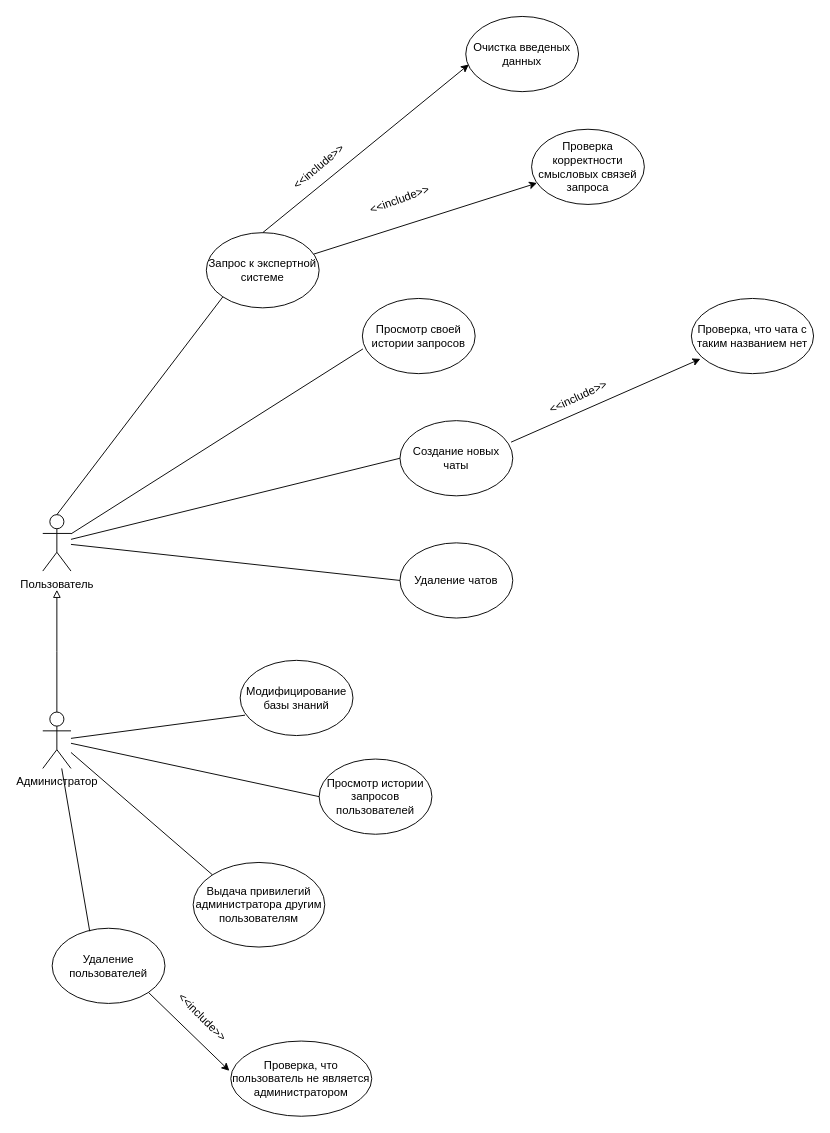
517ANT39/expert-system-for-diagnosing-ophthalmological-diseases keeps this draw.io diagram as abstract/diagrams/usecase.drawio. Above is the earlier version. Source tidied: cells renumbered, new cells numbered last; positions are measured from the earlier drawing's top-left corner, leaving out a move shared by most shapes. Both pictures are drawn from the tidied source at 94%, with x=0, y=0 at pixel (42, 16).
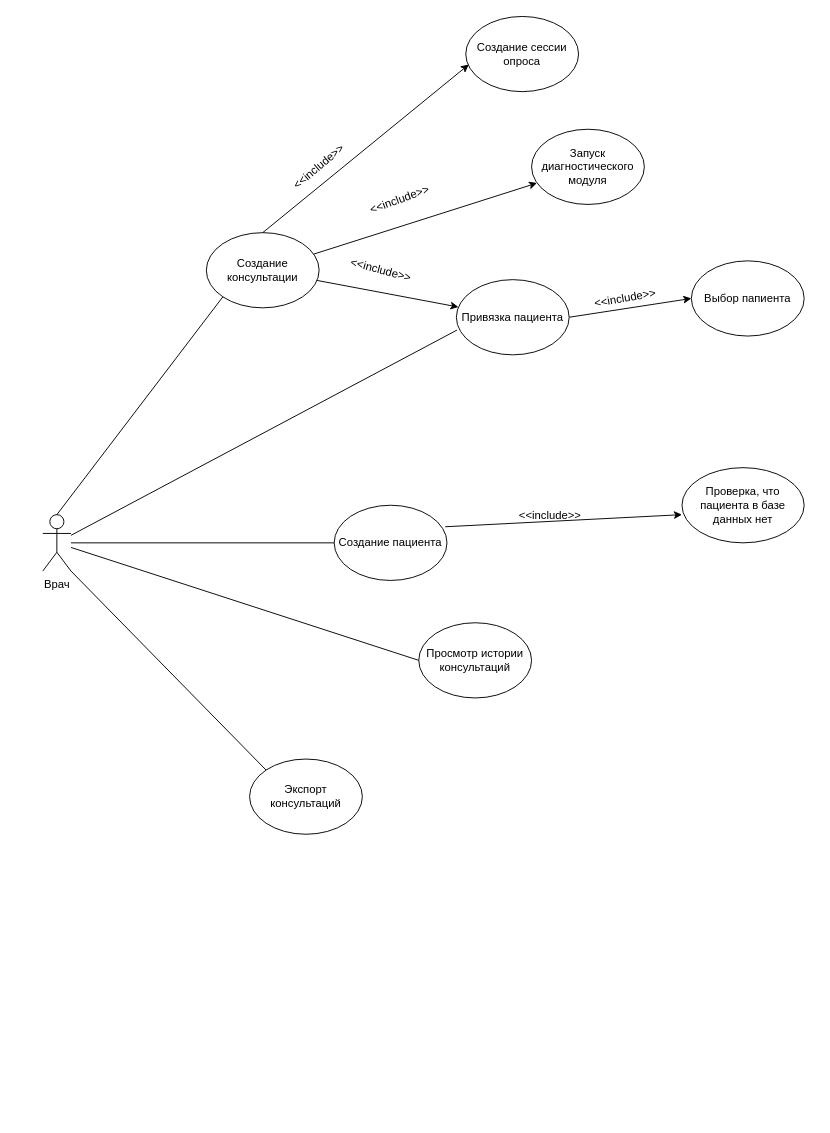
After the change.

Diff of the diagram source:
```diff
@@
+    <mxCell id="33" style="edgeStyle=none;html=1;exitX=1;exitY=1;exitDx=0;exitDy=0;exitPerimeter=0;entryX=0;entryY=0;entryDx=0;entryDy=0;endArrow=none;endFill=0;" parent="1" edge="1" source="2" target="37">
+      <mxGeometry relative="1" as="geometry" />
+    </mxCell>
-    <mxCell id="2" value="Пользователь" style="shape=umlActor;verticalLabelPosition=bottom;verticalAlign=top;html=1;outlineConnect=0;" parent="1" vertex="1">
+    <mxCell id="2" value="Врач" style="shape=umlActor;verticalLabelPosition=bottom;verticalAlign=top;html=1;outlineConnect=0;" parent="1" vertex="1">
       <mxGeometry y="530" width="30" height="60" as="geometry" />
     </mxCell>
-    <mxCell id="3" style="edgeStyle=orthogonalEdgeStyle;rounded=0;jettySize=auto;html=1;endArrow=block;endFill=0;" parent="1" edge="1" source="4">
-      <mxGeometry relative="1" as="geometry">
-        <mxPoint x="15" y="610" as="targetPoint" />
-      </mxGeometry>
-    </mxCell>
-    <mxCell id="4" value="Администратор" style="shape=umlActor;verticalLabelPosition=bottom;verticalAlign=top;html=1;outlineConnect=0;" parent="1" vertex="1">
-      <mxGeometry y="740" width="30" height="60" as="geometry" />
-    </mxCell>
+    <mxCell id="34" style="edgeStyle=none;html=1;" parent="1" edge="1" source="5" target="7">
+      <mxGeometry relative="1" as="geometry" />
+    </mxCell>
-    <mxCell id="5" value="Запрос к экспертной системе" style="ellipse;whiteSpace=wrap;html=1;" parent="1" vertex="1">
+    <mxCell id="5" value="Создание консультации" style="ellipse;whiteSpace=wrap;html=1;" parent="1" vertex="1">
       <mxGeometry x="174" y="230" width="120" height="80" as="geometry" />
     </mxCell>
@@
+    <mxCell id="35" style="edgeStyle=none;html=1;exitX=1;exitY=0.5;exitDx=0;exitDy=0;entryX=0;entryY=0.5;entryDx=0;entryDy=0;" parent="1" edge="1" source="7" target="38">
+      <mxGeometry relative="1" as="geometry" />
+    </mxCell>
-    <mxCell id="7" value="Просмотр своей истории запросов" style="ellipse;whiteSpace=wrap;html=1;" parent="1" vertex="1">
-      <mxGeometry x="340" y="300" width="120" height="80" as="geometry" />
+    <mxCell id="7" value="Привязка пациента" style="ellipse;whiteSpace=wrap;html=1;" parent="1" vertex="1">
+      <mxGeometry x="440" y="280" width="120" height="80" as="geometry" />
     </mxCell>
@@
-    <mxCell id="9" value="Создание новых чаты" style="ellipse;whiteSpace=wrap;html=1;" parent="1" vertex="1">
-      <mxGeometry x="380" y="430" width="120" height="80" as="geometry" />
+    <mxCell id="9" value="Создание пациента" style="ellipse;whiteSpace=wrap;html=1;" parent="1" vertex="1">
+      <mxGeometry x="310" y="520" width="120" height="80" as="geometry" />
     </mxCell>
@@
-    <mxCell id="11" value="Удаление чатов" style="ellipse;whiteSpace=wrap;html=1;" parent="1" vertex="1">
-      <mxGeometry x="380" y="560" width="120" height="80" as="geometry" />
+    <mxCell id="11" value="Просмотр истории консультаций" style="ellipse;whiteSpace=wrap;html=1;" parent="1" vertex="1">
+      <mxGeometry x="400" y="645" width="120" height="80" as="geometry" />
     </mxCell>
@@
-    <mxCell id="13" value="Проверка корректности смысловых связей запроса" style="ellipse;whiteSpace=wrap;html=1;" parent="1" vertex="1">
+    <mxCell id="13" value="Запуск диагностического модуля" style="ellipse;whiteSpace=wrap;html=1;" parent="1" vertex="1">
       <mxGeometry x="520" y="120" width="120" height="80" as="geometry" />
     </mxCell>
-    <mxCell id="14" value="Модифицирование базы знаний" style="ellipse;whiteSpace=wrap;html=1;" parent="1" vertex="1">
-      <mxGeometry x="210" y="685" width="120" height="80" as="geometry" />
-    </mxCell>
-    <mxCell id="15" value="Просмотр истории запросов пользователей" style="ellipse;whiteSpace=wrap;html=1;" parent="1" vertex="1">
-      <mxGeometry x="294" y="790" width="120" height="80" as="geometry" />
-    </mxCell>
-    <mxCell id="16" value="Выдача привилегий администратора другим пользователям" style="ellipse;whiteSpace=wrap;html=1;" parent="1" vertex="1">
-      <mxGeometry x="160" y="900" width="140" height="90" as="geometry" />
-    </mxCell>
-    <mxCell id="17" value="Удаление пользователей" style="ellipse;whiteSpace=wrap;html=1;" parent="1" vertex="1">
-      <mxGeometry x="10" y="970" width="120" height="80" as="geometry" />
-    </mxCell>
-    <mxCell id="18" style="endArrow=none;html=1;rounded=0;entryX=0.043;entryY=0.729;entryDx=0;entryDy=0;entryPerimeter=0;" parent="1" edge="1" source="4" target="14">
-      <mxGeometry relative="1" as="geometry" />
-    </mxCell>
-    <mxCell id="19" style="endArrow=none;html=1;rounded=0;entryX=0;entryY=0.5;entryDx=0;entryDy=0;" parent="1" edge="1" source="4" target="15">
-      <mxGeometry relative="1" as="geometry" />
-    </mxCell>
-    <mxCell id="20" style="endArrow=none;html=1;rounded=0;entryX=0;entryY=0;entryDx=0;entryDy=0;" parent="1" edge="1" source="4" target="16">
-      <mxGeometry relative="1" as="geometry" />
-    </mxCell>
-    <mxCell id="21" style="endArrow=none;html=1;rounded=0;entryX=0.333;entryY=0.04;entryDx=0;entryDy=0;entryPerimeter=0;" parent="1" edge="1" source="4" target="17">
-      <mxGeometry relative="1" as="geometry" />
-    </mxCell>
@@
-    <mxCell id="24" value="Проверка, что чата с таким названием нет" style="ellipse;whiteSpace=wrap;html=1;" parent="1" vertex="1">
-      <mxGeometry x="690" y="300" width="130" height="80" as="geometry" />
+    <mxCell id="24" value="Проверка, что пациента в базе данных нет" style="ellipse;whiteSpace=wrap;html=1;" parent="1" vertex="1">
+      <mxGeometry x="680" y="480" width="130" height="80" as="geometry" />
     </mxCell>
-    <mxCell id="25" style="endArrow=classic;html=1;rounded=0;entryX=0.074;entryY=0.804;entryDx=0;entryDy=0;entryPerimeter=0;exitX=0.985;exitY=0.286;exitDx=0;exitDy=0;exitPerimeter=0;" parent="1" edge="1" source="9" target="24">
+    <mxCell id="25" style="endArrow=classic;html=1;rounded=0;entryX=0;entryY=0.625;entryDx=0;entryDy=0;entryPerimeter=0;exitX=0.985;exitY=0.286;exitDx=0;exitDy=0;exitPerimeter=0;" parent="1" edge="1" source="9" target="24">
       <mxGeometry relative="1" as="geometry" />
     </mxCell>
-    <mxCell id="26" value="&amp;lt;&amp;lt;include&amp;gt;&amp;gt;" style="text;html=1;align=center;verticalAlign=middle;whiteSpace=wrap;rounded=0;rotation=-25;" parent="1" vertex="1">
-      <mxGeometry x="540" y="390" width="60" height="30" as="geometry" />
+    <mxCell id="26" value="&amp;lt;&amp;lt;include&amp;gt;&amp;gt;" style="text;html=1;align=center;verticalAlign=middle;whiteSpace=wrap;rounded=0;rotation=0;" parent="1" vertex="1">
+      <mxGeometry x="510" y="530" width="60" as="geometry" />
     </mxCell>
-    <mxCell id="27" value="Проверка, что пользователь не является администратором" style="ellipse;whiteSpace=wrap;html=1;" parent="1" vertex="1">
-      <mxGeometry x="200" y="1090" width="150" height="80" as="geometry" />
-    </mxCell>
-    <mxCell id="28" style="endArrow=classic;html=1;rounded=0;entryX=-0.01;entryY=0.396;entryDx=0;entryDy=0;entryPerimeter=0;exitX=1;exitY=1;exitDx=0;exitDy=0;" parent="1" edge="1" source="17" target="27">
-      <mxGeometry relative="1" as="geometry" />
-    </mxCell>
-    <mxCell id="29" value="&amp;lt;&amp;lt;include&amp;gt;&amp;gt;" style="text;html=1;align=center;verticalAlign=middle;whiteSpace=wrap;rounded=0;rotation=45;" parent="1" vertex="1">
-      <mxGeometry x="140" y="1050" width="60" height="30" as="geometry" />
-    </mxCell>
-    <mxCell id="30" value="Очистка введеных данных" style="ellipse;whiteSpace=wrap;html=1;" parent="1" vertex="1">
+    <mxCell id="30" value="Создание сессии опроса" style="ellipse;whiteSpace=wrap;html=1;" parent="1" vertex="1">
       <mxGeometry x="450" width="120" height="80" as="geometry" />
     </mxCell>
@@
+    <mxCell id="36" value="&amp;lt;&amp;lt;include&amp;gt;&amp;gt;" style="text;html=1;align=center;verticalAlign=middle;whiteSpace=wrap;rounded=0;rotation=15;" parent="1" vertex="1">
+      <mxGeometry x="330" y="255" width="60" height="30" as="geometry" />
+    </mxCell>
+    <mxCell id="37" value="Экспорт консультаций" style="ellipse;whiteSpace=wrap;html=1;" parent="1" vertex="1">
+      <mxGeometry x="220" y="790" width="120" height="80" as="geometry" />
+    </mxCell>
+    <mxCell id="38" value="Выбор папиента" style="ellipse;whiteSpace=wrap;html=1;" parent="1" vertex="1">
+      <mxGeometry x="690" y="260" width="120" height="80" as="geometry" />
+    </mxCell>
+    <mxCell id="39" value="&amp;lt;&amp;lt;include&amp;gt;&amp;gt;" style="text;html=1;align=center;verticalAlign=middle;whiteSpace=wrap;rounded=0;rotation=-10;" parent="1" vertex="1">
+      <mxGeometry x="590" y="300" width="60" as="geometry" />
+    </mxCell>
```
